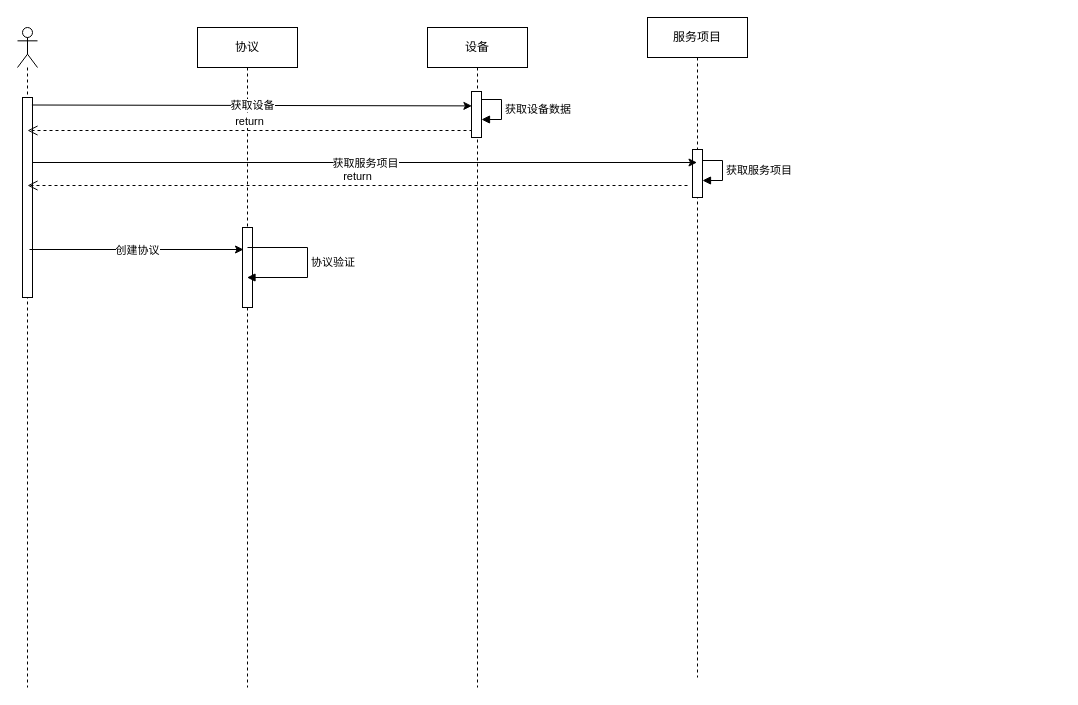
Earlier version of the draw.io diagram uml/mvp8_uml_sequence.drawio (WERNERWAN1/mind). Source tidied: cells renumbered, new cells numbered last; positions are measured from the earlier drawing's top-left corner, leaving out a move shared by most shapes. Both pictures are drawn from the tidied source at 100%, with x=0, y=0 at pixel (17, 17).
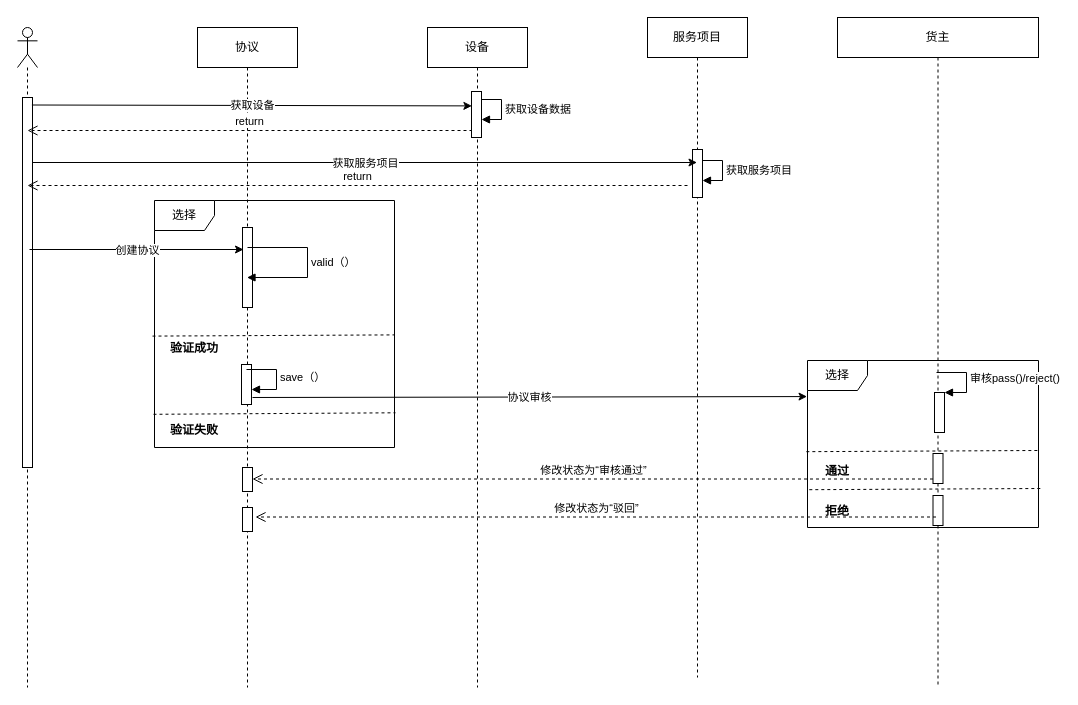
After the change.

The change refers to these unchanged cells:
```xml
<mxCell id="2" style="shape=umlLifeline;participant=umlActor;perimeter=lifelinePerimeter;whiteSpace=wrap;html=1;verticalAlign=top;spacingTop=36;" parent="1" vertex="1">
  <mxGeometry y="10" width="20" height="660" as="geometry" />
</mxCell>
<mxCell id="4" value="协议" style="shape=umlLifeline;perimeter=lifelinePerimeter;whiteSpace=wrap;html=1;outlineConnect=0;" parent="1" vertex="1">
  <mxGeometry x="180" y="10" width="100" height="660" as="geometry" />
</mxCell>
<mxCell id="5" style="html=1;points=[];perimeter=orthogonalPerimeter;" parent="4" vertex="1">
  <mxGeometry x="45" y="200" width="10" height="80" as="geometry" />
</mxCell>
```

What changed in the source:
```diff
@@
+    <mxCell id="21" value="选择" style="shape=umlFrame;whiteSpace=wrap;html=1;" parent="1" vertex="1">
+      <mxGeometry x="137" y="183" width="240" height="247" as="geometry" />
+    </mxCell>
@@
     <mxCell id="3" style="html=1;perimeter=orthogonalPerimeter;" parent="2" vertex="1">
-      <mxGeometry x="5" y="70" width="10" height="200" as="geometry" />
+      <mxGeometry x="5" y="70" width="10" height="370" as="geometry" />
     </mxCell>
@@
-    <mxCell id="6" value="协议验证" style="edgeStyle=orthogonalEdgeStyle;html=1;align=left;spacingLeft=2;endArrow=block;rounded=0;exitX=0.5;exitY=0.25;exitDx=0;exitDy=0;exitPerimeter=0;" parent="4" edge="1" source="5" target="4">
+    <mxCell id="6" value="valid（）" style="edgeStyle=orthogonalEdgeStyle;html=1;align=left;spacingLeft=2;endArrow=block;rounded=0;exitX=0.5;exitY=0.25;exitDx=0;exitDy=0;exitPerimeter=0;" parent="4" edge="1" source="5" target="4">
       <mxGeometry relative="1" as="geometry">
         <Array as="points">
           <mxPoint x="110" y="220" />
           <mxPoint x="110" y="250" />
         </Array>
       </mxGeometry>
     </mxCell>
+    <mxCell id="22" style="html=1;perimeter=orthogonalPerimeter;" parent="4" vertex="1">
+      <mxGeometry x="45" y="440" width="10" height="24" as="geometry" />
+    </mxCell>
+    <mxCell id="23" style="html=1;perimeter=orthogonalPerimeter;" parent="4" vertex="1">
+      <mxGeometry x="45" y="480" width="10" height="24" as="geometry" />
+    </mxCell>
+    <mxCell id="24" value="修改状态为“审核通过”" style="html=1;verticalAlign=bottom;endArrow=open;dashed=1;endSize=8;rounded=0;" parent="4" edge="1" source="36">
+      <mxGeometry relative="1" as="geometry">
+        <mxPoint x="55" y="451.5" as="targetPoint" />
+      </mxGeometry>
+    </mxCell>
@@
+    <mxCell id="25" style="endArrow=none;dashed=1;html=1;rounded=0;entryX=1.004;entryY=0.657;entryDx=0;entryDy=0;entryPerimeter=0;exitX=-0.004;exitY=0.663;exitDx=0;exitDy=0;exitPerimeter=0;" parent="1" edge="1">
+      <mxGeometry relative="1" as="geometry">
+        <mxPoint x="136" y="396.8" as="sourcePoint" />
+        <mxPoint x="378" y="395.3" as="targetPoint" />
+      </mxGeometry>
+    </mxCell>
+    <mxCell id="26" style="endArrow=none;dashed=1;html=1;rounded=0;entryX=1.004;entryY=0.657;entryDx=0;entryDy=0;entryPerimeter=0;exitX=-0.004;exitY=0.663;exitDx=0;exitDy=0;exitPerimeter=0;" parent="1" edge="1">
+      <mxGeometry relative="1" as="geometry">
+        <mxPoint x="135" y="318.6" as="sourcePoint" />
+        <mxPoint x="377" y="317.4" as="targetPoint" />
+      </mxGeometry>
+    </mxCell>
+    <mxCell id="27" value="验证成功" style="text;align=center;fontStyle=1;verticalAlign=middle;spacingLeft=3;spacingRight=3;strokeColor=none;" parent="1" vertex="1">
+      <mxGeometry x="137" y="317" width="80" height="26" as="geometry" />
+    </mxCell>
+    <mxCell id="28" value="验证失败" style="text;align=center;fontStyle=1;verticalAlign=middle;spacingLeft=3;spacingRight=3;strokeColor=none;" parent="1" vertex="1">
+      <mxGeometry x="137" y="399" width="80" height="26" as="geometry" />
+    </mxCell>
+    <mxCell id="29" style="html=1;perimeter=orthogonalPerimeter;" parent="1" vertex="1">
+      <mxGeometry x="224" y="347" width="10" height="40" as="geometry" />
+    </mxCell>
+    <mxCell id="30" value="save（）" style="edgeStyle=orthogonalEdgeStyle;html=1;align=left;spacingLeft=2;endArrow=block;rounded=0;entryX=1;entryY=0;" parent="1" edge="1">
+      <mxGeometry relative="1" as="geometry">
+        <mxPoint x="229" y="352" as="sourcePoint" />
+        <mxPoint x="234" y="372" as="targetPoint" />
+        <Array as="points">
+          <mxPoint x="259" y="352" />
+        </Array>
+      </mxGeometry>
+    </mxCell>
+    <mxCell id="31" value="货主" style="shape=umlLifeline;perimeter=lifelinePerimeter;whiteSpace=wrap;html=1;" parent="1" vertex="1">
+      <mxGeometry x="820" width="201" height="670" as="geometry" />
+    </mxCell>
+    <mxCell id="32" value="选择" style="shape=umlFrame;whiteSpace=wrap;html=1;" parent="31" vertex="1">
+      <mxGeometry x="-30" y="343" width="231" height="167" as="geometry" />
+    </mxCell>
+    <mxCell id="33" style="endArrow=none;dashed=1;html=1;rounded=0;exitX=-0.005;exitY=0.546;exitDx=0;exitDy=0;exitPerimeter=0;" parent="31" edge="1" source="32">
+      <mxGeometry relative="1" as="geometry">
+        <mxPoint x="200" y="433" as="targetPoint" />
+      </mxGeometry>
+    </mxCell>
+    <mxCell id="34" value="通过" style="text;align=center;fontStyle=1;verticalAlign=middle;spacingLeft=3;spacingRight=3;strokeColor=none;" parent="31" vertex="1">
+      <mxGeometry x="-40" y="440" width="80" height="26" as="geometry" />
+    </mxCell>
+    <mxCell id="35" value="拒绝" style="text;align=center;fontStyle=1;verticalAlign=middle;spacingLeft=3;spacingRight=3;strokeColor=none;" parent="31" vertex="1">
+      <mxGeometry x="-40" y="480" width="80" height="26" as="geometry" />
+    </mxCell>
+    <mxCell id="36" style="html=1;points=[];perimeter=orthogonalPerimeter;" parent="31" vertex="1">
+      <mxGeometry x="95.5" y="436" width="10" height="30" as="geometry" />
+    </mxCell>
+    <mxCell id="37" style="html=1;perimeter=orthogonalPerimeter;" parent="31" vertex="1">
+      <mxGeometry x="95.5" y="478" width="10" height="30" as="geometry" />
+    </mxCell>
+    <mxCell id="38" style="endArrow=classic;html=1;rounded=0;entryX=-0.002;entryY=0.216;entryDx=0;entryDy=0;entryPerimeter=0;" parent="1" edge="1" target="32">
+      <mxGeometry relative="1" as="geometry">
+        <mxPoint x="235" y="380" as="sourcePoint" />
+      </mxGeometry>
+    </mxCell>
+    <mxCell id="39" value="协议审核" style="edgeLabel;html=1;align=center;verticalAlign=middle;" parent="38" vertex="1">
+      <mxGeometry relative="1" as="geometry" />
+    </mxCell>
+    <mxCell id="40" value="审核pass()/reject()" style="edgeStyle=orthogonalEdgeStyle;html=1;align=left;spacingLeft=2;endArrow=block;rounded=0;entryX=1;entryY=0;" parent="1" edge="1">
+      <mxGeometry relative="1" as="geometry">
+        <mxPoint x="919" y="355" as="sourcePoint" />
+        <mxPoint x="927" y="375" as="targetPoint" />
+        <Array as="points">
+          <mxPoint x="949" y="355" />
+        </Array>
+      </mxGeometry>
+    </mxCell>
+    <mxCell id="41" style="html=1;perimeter=orthogonalPerimeter;" parent="1" vertex="1">
+      <mxGeometry x="917" y="375" width="10" height="40" as="geometry" />
+    </mxCell>
+    <mxCell id="42" style="endArrow=none;dashed=1;html=1;rounded=0;exitX=-0.005;exitY=0.546;exitDx=0;exitDy=0;exitPerimeter=0;" parent="1" edge="1">
+      <mxGeometry relative="1" as="geometry">
+        <mxPoint x="791.8" y="472.2" as="sourcePoint" />
+        <mxPoint x="1023" y="471" as="targetPoint" />
+      </mxGeometry>
+    </mxCell>
+    <mxCell id="43" value="修改状态为“驳回”" style="html=1;verticalAlign=bottom;endArrow=open;dashed=1;endSize=8;rounded=0;" parent="1" edge="1">
+      <mxGeometry relative="1" as="geometry">
+        <mxPoint x="918.5" y="499.5" as="sourcePoint" />
+        <mxPoint x="238" y="499.5" as="targetPoint" />
+      </mxGeometry>
+    </mxCell>
```
